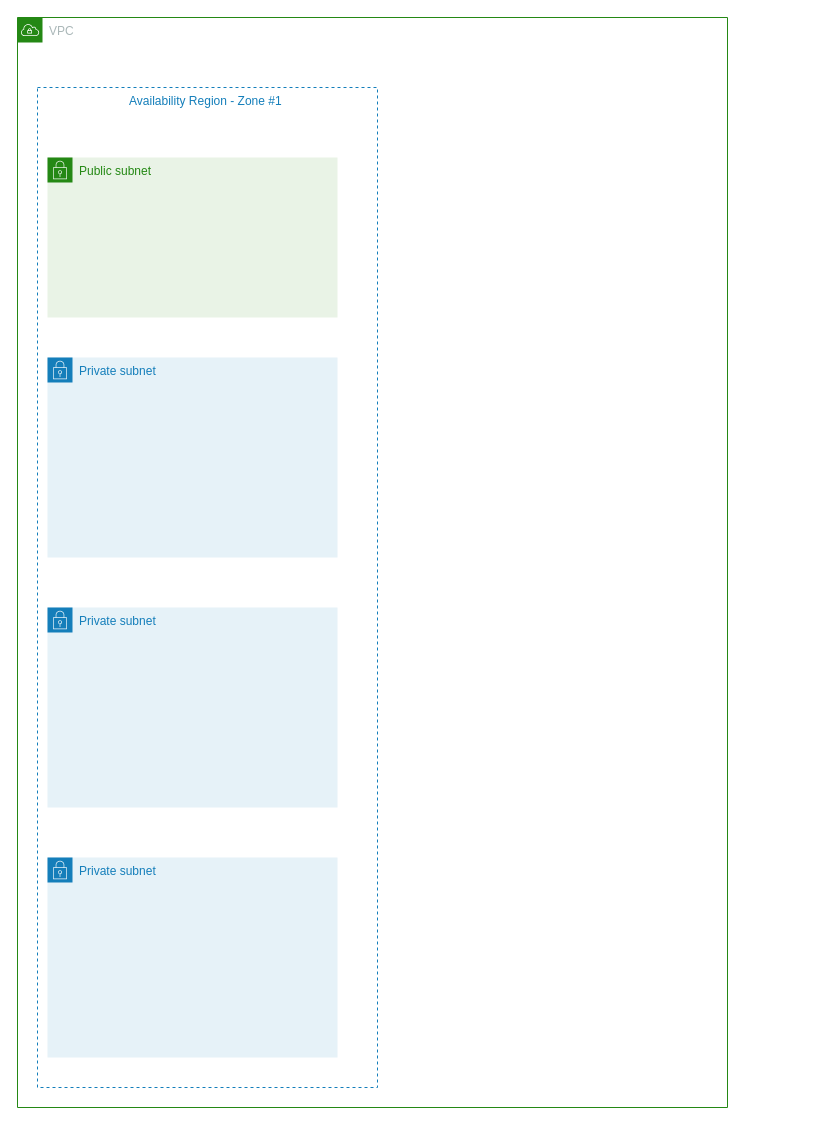
Above: Untitled Diagram.drawio in IasonOrlandos/AwsAssignments (draw.io), before the change. Source tidied: cells renumbered, new cells numbered last; positions are measured from the earlier drawing's top-left corner, leaving out a move shared by most shapes. Both pictures are drawn from the tidied source at 100%, with x=0, y=0 at pixel (17, 17).
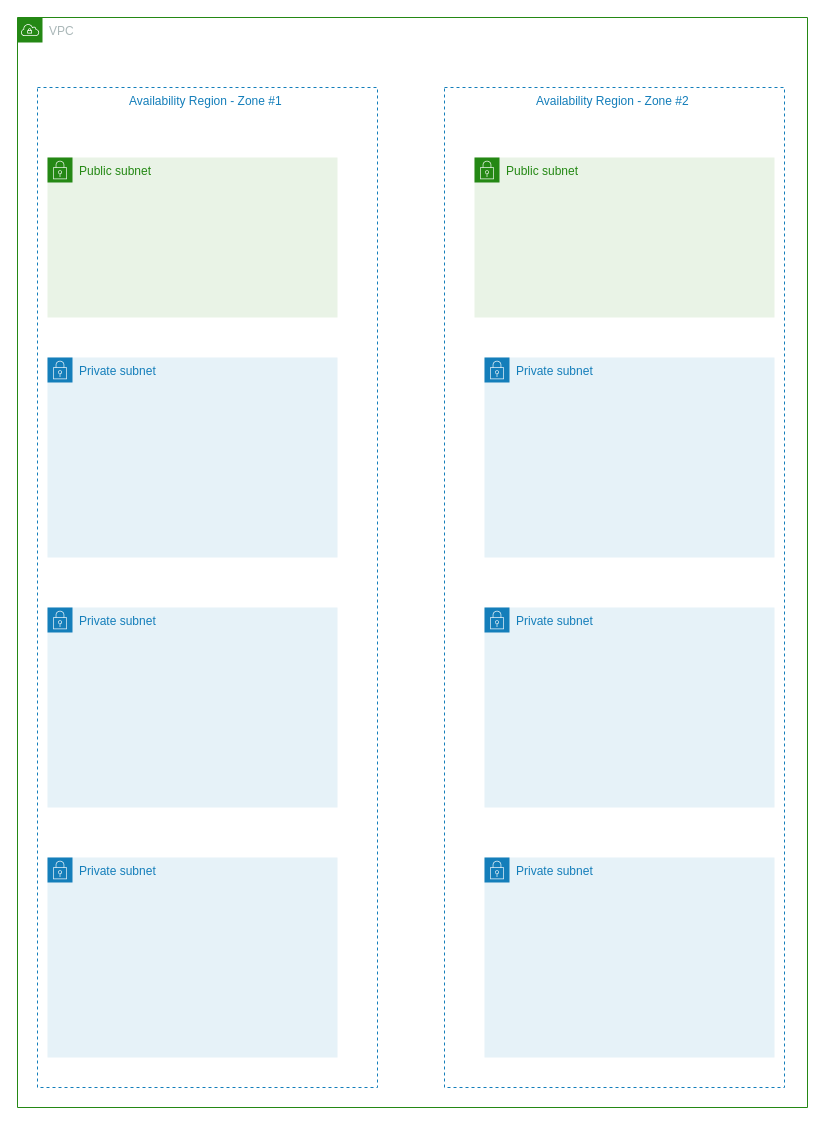
The same page after the edit.

What changed in the source:
```diff
@@
 <mxGraphModel>
   <root>
     <mxCell id="0" />
     <mxCell id="1" parent="0" />
     <mxCell id="2" value="VPC" style="gradientColor=none;html=1;whiteSpace=wrap;fontSize=12;fontStyle=0;shape=mxgraph.aws4.group;grIcon=mxgraph.aws4.group_vpc;strokeColor=#248814;fillColor=none;verticalAlign=top;align=left;spacingLeft=30;fontColor=#AAB7B8;dashed=0;" parent="1" vertex="1">
-      <mxGeometry width="710" height="1090" as="geometry" />
+      <mxGeometry width="790" height="1090" as="geometry" />
     </mxCell>
     <mxCell id="3" value="Availability Region - Zone #1 " style="fillColor=none;strokeColor=#147EBA;dashed=1;verticalAlign=top;fontStyle=0;fontColor=#147EBA;" parent="2" vertex="1">
       <mxGeometry x="20" y="70" width="340" height="1000" as="geometry" />
     </mxCell>
     <mxCell id="4" value="Private subnet" style="gradientColor=none;html=1;whiteSpace=wrap;fontSize=12;fontStyle=0;shape=mxgraph.aws4.group;grIcon=mxgraph.aws4.group_security_group;grStroke=0;strokeColor=#147EBA;fillColor=#E6F2F8;verticalAlign=top;align=left;spacingLeft=30;fontColor=#147EBA;dashed=0;" parent="2" vertex="1">
       <mxGeometry x="30" y="340" width="290" height="200" as="geometry" />
     </mxCell>
     <mxCell id="5" value="Public subnet" style="gradientColor=none;html=1;whiteSpace=wrap;fontSize=12;fontStyle=0;shape=mxgraph.aws4.group;grIcon=mxgraph.aws4.group_security_group;grStroke=0;strokeColor=#248814;fillColor=#E9F3E6;verticalAlign=top;align=left;spacingLeft=30;fontColor=#248814;dashed=0;" parent="2" vertex="1">
       <mxGeometry x="30" y="140" width="290" height="160" as="geometry" />
     </mxCell>
     <mxCell id="6" value="Private subnet" style="gradientColor=none;html=1;whiteSpace=wrap;fontSize=12;fontStyle=0;shape=mxgraph.aws4.group;grIcon=mxgraph.aws4.group_security_group;grStroke=0;strokeColor=#147EBA;fillColor=#E6F2F8;verticalAlign=top;align=left;spacingLeft=30;fontColor=#147EBA;dashed=0;" parent="2" vertex="1">
       <mxGeometry x="30" y="590" width="290" height="200" as="geometry" />
     </mxCell>
     <mxCell id="7" value="Private subnet" style="gradientColor=none;html=1;whiteSpace=wrap;fontSize=12;fontStyle=0;shape=mxgraph.aws4.group;grIcon=mxgraph.aws4.group_security_group;grStroke=0;strokeColor=#147EBA;fillColor=#E6F2F8;verticalAlign=top;align=left;spacingLeft=30;fontColor=#147EBA;dashed=0;" parent="2" vertex="1">
       <mxGeometry x="30" y="840" width="290" height="200" as="geometry" />
     </mxCell>
+    <mxCell id="8" value="Availability Region - Zone #2 " style="fillColor=none;strokeColor=#147EBA;dashed=1;verticalAlign=top;fontStyle=0;fontColor=#147EBA;" parent="2" vertex="1">
+      <mxGeometry x="427" y="70" width="340" height="1000" as="geometry" />
+    </mxCell>
+    <mxCell id="9" value="Public subnet" style="gradientColor=none;html=1;whiteSpace=wrap;fontSize=12;fontStyle=0;shape=mxgraph.aws4.group;grIcon=mxgraph.aws4.group_security_group;grStroke=0;strokeColor=#248814;fillColor=#E9F3E6;verticalAlign=top;align=left;spacingLeft=30;fontColor=#248814;dashed=0;" parent="2" vertex="1">
+      <mxGeometry x="457" y="140" width="300" height="160" as="geometry" />
+    </mxCell>
+    <mxCell id="10" value="Private subnet" style="gradientColor=none;html=1;whiteSpace=wrap;fontSize=12;fontStyle=0;shape=mxgraph.aws4.group;grIcon=mxgraph.aws4.group_security_group;grStroke=0;strokeColor=#147EBA;fillColor=#E6F2F8;verticalAlign=top;align=left;spacingLeft=30;fontColor=#147EBA;dashed=0;" parent="2" vertex="1">
+      <mxGeometry x="467" y="340" width="290" height="200" as="geometry" />
+    </mxCell>
+    <mxCell id="11" value="Private subnet" style="gradientColor=none;html=1;whiteSpace=wrap;fontSize=12;fontStyle=0;shape=mxgraph.aws4.group;grIcon=mxgraph.aws4.group_security_group;grStroke=0;strokeColor=#147EBA;fillColor=#E6F2F8;verticalAlign=top;align=left;spacingLeft=30;fontColor=#147EBA;dashed=0;" parent="2" vertex="1">
+      <mxGeometry x="467" y="590" width="290" height="200" as="geometry" />
+    </mxCell>
+    <mxCell id="12" value="Private subnet" style="gradientColor=none;html=1;whiteSpace=wrap;fontSize=12;fontStyle=0;shape=mxgraph.aws4.group;grIcon=mxgraph.aws4.group_security_group;grStroke=0;strokeColor=#147EBA;fillColor=#E6F2F8;verticalAlign=top;align=left;spacingLeft=30;fontColor=#147EBA;dashed=0;" parent="2" vertex="1">
+      <mxGeometry x="467" y="840" width="290" height="200" as="geometry" />
+    </mxCell>
   </root>
 </mxGraphModel>
```
